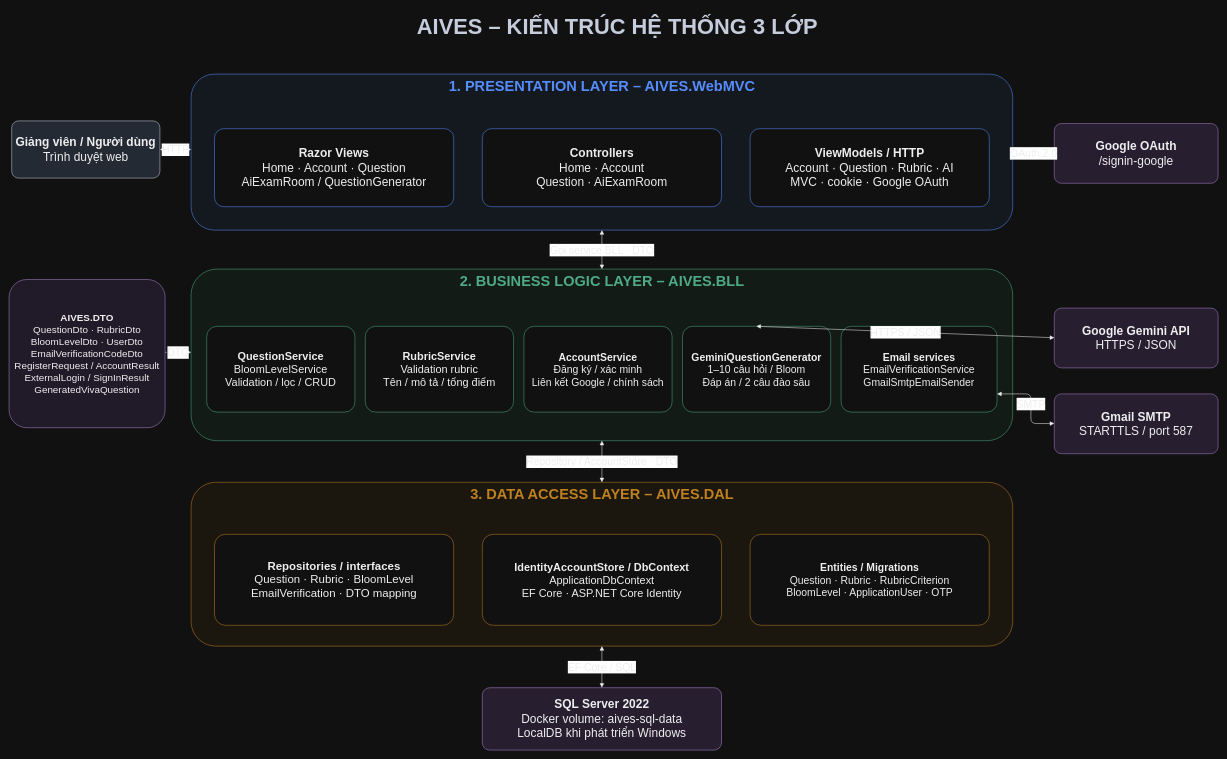
Above: docs/AIVES-3-Layer-Architecture.drawio in S0Lmon/AIVES_System (draw.io), before the change. Source tidied: cells renumbered, new cells numbered last; positions are measured from the earlier drawing's top-left corner, leaving out a move shared by most shapes. Both pictures are drawn from the tidied source at 52%, with x=0, y=0 at pixel (9, 9).
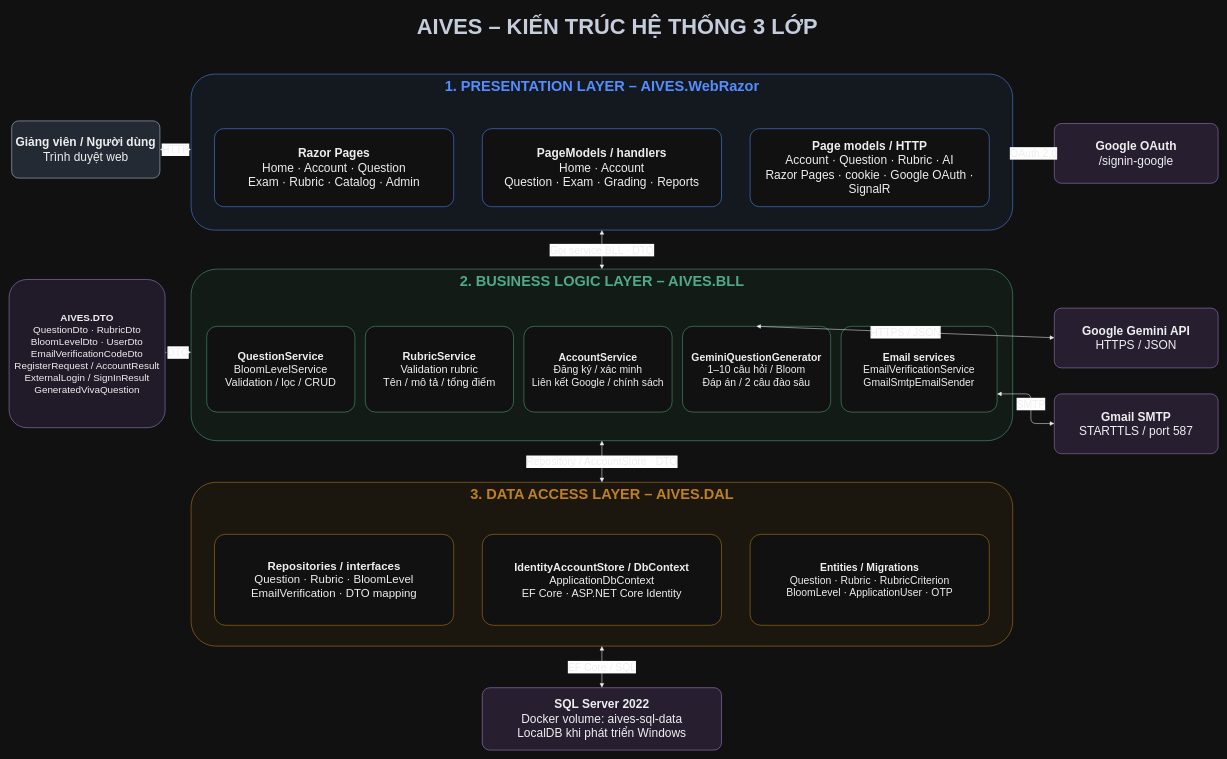
The same page after the edit.

What changed in the source:
```diff
@@
-    <mxCell id="4" value="1. PRESENTATION LAYER – AIVES.WebMVC" style="text;html=1;fontColor=#558dff;fontSize=28;fontStyle=1;align=center;" parent="1" vertex="1">
+    <mxCell id="4" value="1. PRESENTATION LAYER – AIVES.WebRazor" style="text;html=1;fontColor=#558dff;fontSize=28;fontStyle=1;align=center;" parent="1" vertex="1">
       <mxGeometry x="350" y="125" width="1580" height="65" as="geometry" />
     </mxCell>
-    <mxCell id="5" value="&lt;b&gt;Razor Views&lt;/b&gt;&lt;br/&gt;Home · Account · Question&lt;br/&gt;AiExamRoom / QuestionGenerator" style="rounded=1;arcSize=12;html=1;whiteSpace=wrap;fillColor=#111111;strokeColor=#558dff;fontColor=#eeeeef;fontSize=23;align=center;" parent="1" vertex="1">
+    <mxCell id="5" value="&lt;b&gt;Razor Pages&lt;/b&gt;&lt;br/&gt;Home · Account · Question&lt;br/&gt;Exam · Rubric · Catalog · Admin" style="rounded=1;arcSize=12;html=1;whiteSpace=wrap;fillColor=#111111;strokeColor=#558dff;fontColor=#eeeeef;fontSize=23;align=center;" parent="1" vertex="1">
       <mxGeometry x="395" y="230" width="460" height="150" as="geometry" />
     </mxCell>
-    <mxCell id="6" value="&lt;b&gt;Controllers&lt;/b&gt;&lt;br/&gt;Home · Account&lt;br/&gt;Question · AiExamRoom" style="rounded=1;arcSize=12;html=1;whiteSpace=wrap;fillColor=#111111;strokeColor=#558dff;fontColor=#eeeeef;fontSize=23;align=center;" parent="1" vertex="1">
+    <mxCell id="6" value="&lt;b&gt;PageModels / handlers&lt;/b&gt;&lt;br/&gt;Home · Account&lt;br/&gt;Question · Exam · Grading · Reports" style="rounded=1;arcSize=12;html=1;whiteSpace=wrap;fillColor=#111111;strokeColor=#558dff;fontColor=#eeeeef;fontSize=23;align=center;" parent="1" vertex="1">
       <mxGeometry x="910" y="230" width="460" height="150" as="geometry" />
     </mxCell>
-    <mxCell id="7" value="&lt;b&gt;ViewModels / HTTP&lt;/b&gt;&lt;br/&gt;Account · Question · Rubric · AI&lt;br/&gt;MVC · cookie · Google OAuth" style="rounded=1;arcSize=12;html=1;whiteSpace=wrap;fillColor=#111111;strokeColor=#558dff;fontColor=#eeeeef;fontSize=23;align=center;" parent="1" vertex="1">
+    <mxCell id="7" value="&lt;b&gt;Page models / HTTP&lt;/b&gt;&lt;br/&gt;Account · Question · Rubric · AI&lt;br/&gt;Razor Pages · cookie · Google OAuth · SignalR" style="rounded=1;arcSize=12;html=1;whiteSpace=wrap;fillColor=#111111;strokeColor=#558dff;fontColor=#eeeeef;fontSize=23;align=center;" parent="1" vertex="1">
       <mxGeometry x="1425" y="230" width="460" height="150" as="geometry" />
     </mxCell>
```
